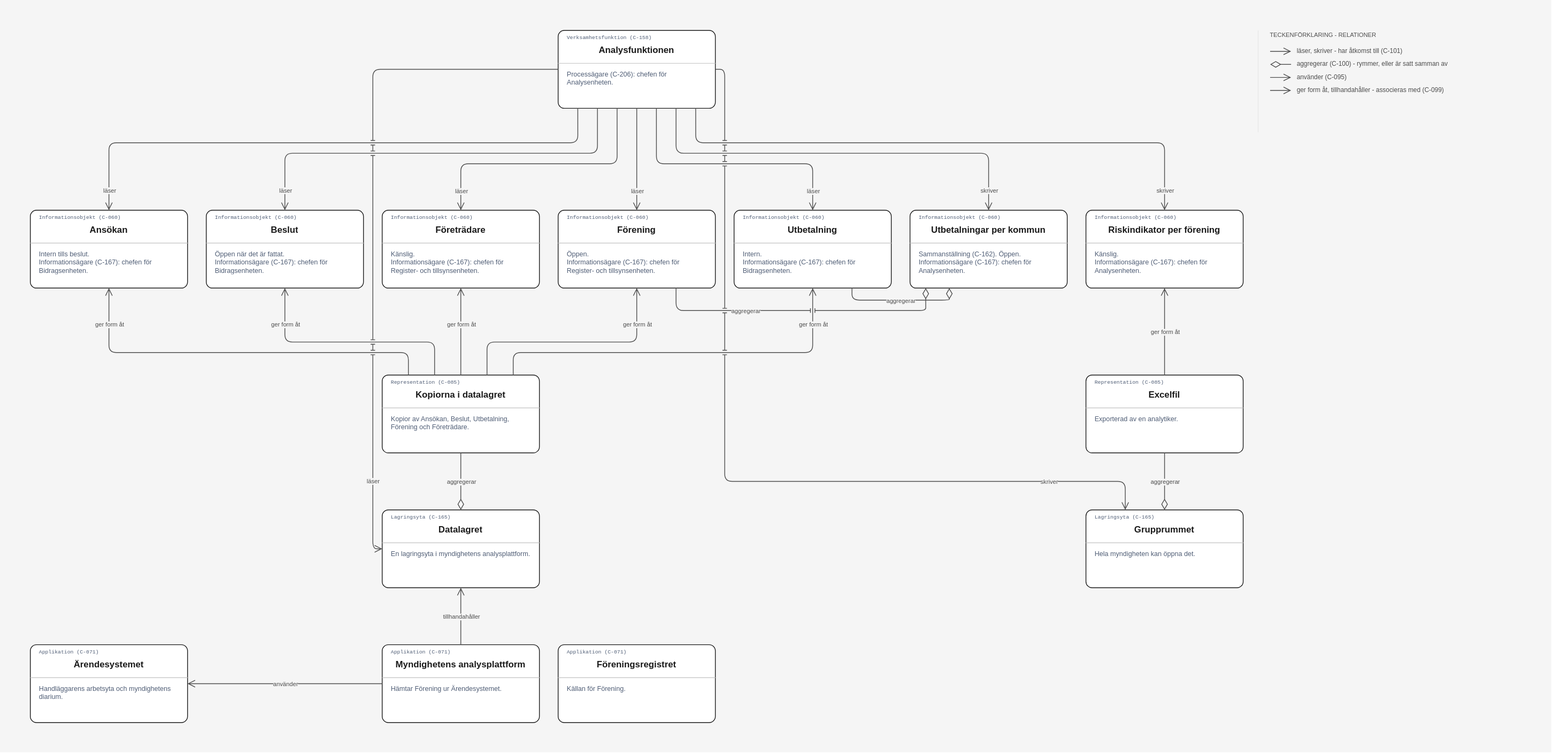
This is layout/Exempel/Analysfunktionen karta.drawio.svg from nickdin/gestaltadet-katalog, a draw.io export, as it was before one commit. Source tidied: cells renumbered, new cells last; positions are measured from the earlier drawing's top-left corner, leaving out a move shared by most shapes.
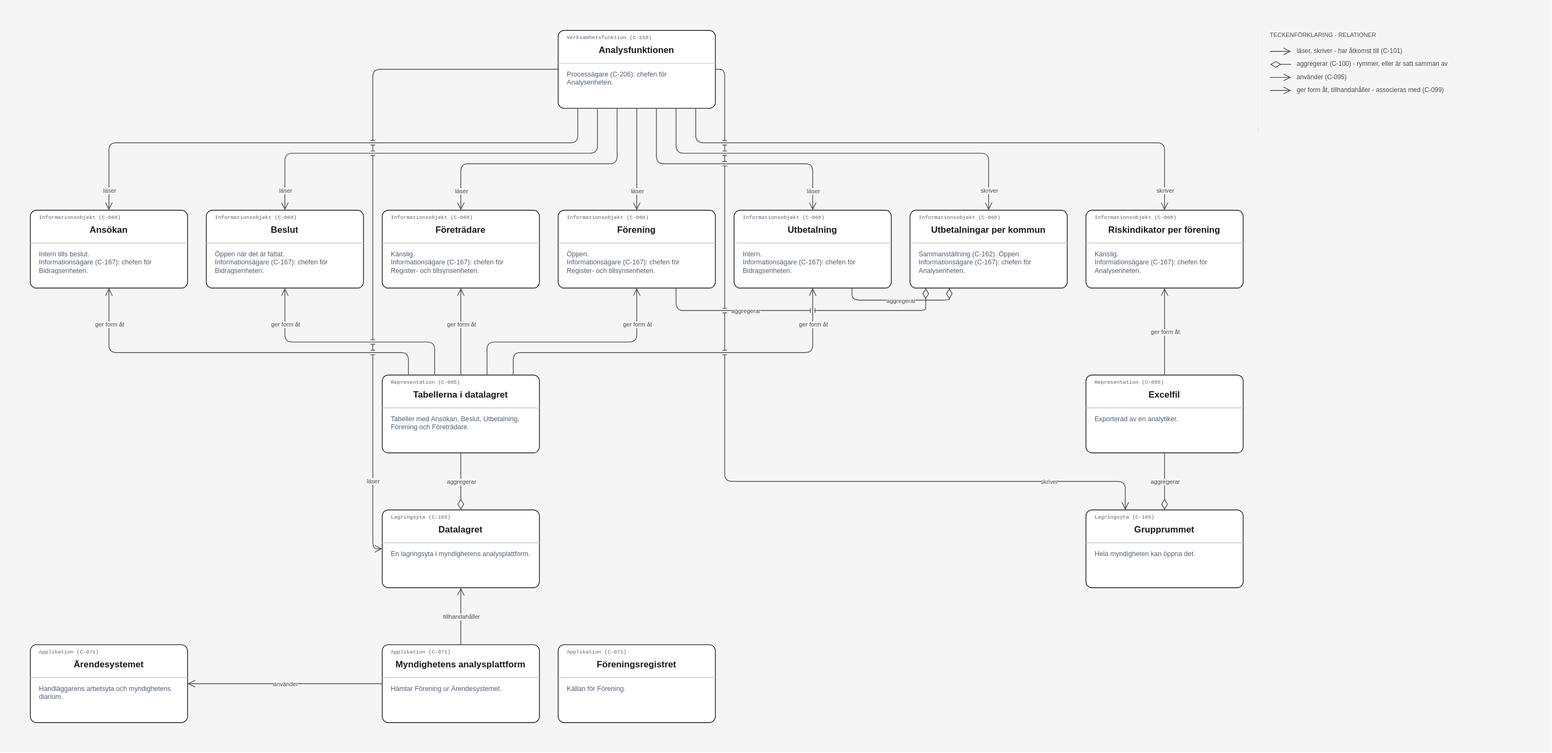
After the commit.

Change to the diagram source:
```diff
@@ -179,7 +179,7 @@
     <mxCell id="52" style="rounded=1;arcSize=8;whiteSpace=wrap;html=1;fillColor=#ffffff;strokeColor=#1a1a1a;strokeWidth=1;" parent="51" vertex="1">
       <mxGeometry width="210" height="104" as="geometry" />
     </mxCell>
-    <mxCell id="53" value="Kopiorna i datalagret" style="text;html=1;strokeColor=none;fillColor=none;align=center;verticalAlign=middle;whiteSpace=wrap;overflow=hidden;fontFamily=Helvetica;fontSize=12;fontColor=#1a1a1a;fontStyle=1;spacing=0;" parent="51" vertex="1">
+    <mxCell id="53" value="Tabellerna i datalagret" style="text;html=1;strokeColor=none;fillColor=none;align=center;verticalAlign=middle;whiteSpace=wrap;overflow=hidden;fontFamily=Helvetica;fontSize=12;fontColor=#1a1a1a;fontStyle=1;spacing=0;" parent="51" vertex="1">
       <mxGeometry x="12" y="18" width="186" height="18" as="geometry" />
     </mxCell>
     <mxCell id="54" style="endArrow=none;html=1;strokeColor=#cccccc;" parent="51" edge="1">
@@ -191,7 +191,7 @@
     <mxCell id="55" value="Representation (C-085)" style="text;html=1;strokeColor=none;fillColor=none;align=left;verticalAlign=middle;whiteSpace=wrap;overflow=hidden;fontFamily=Courier New;fontSize=7;fontColor=#4f5d75;fontStyle=0;spacing=0;" parent="51" vertex="1">
       <mxGeometry x="12" y="5" width="186" height="10" as="geometry" />
     </mxCell>
-    <mxCell id="56" value="Kopior av Ansökan, Beslut, Utbetalning, Förening och Företrädare." style="text;html=1;strokeColor=none;fillColor=none;align=left;verticalAlign=top;whiteSpace=wrap;overflow=hidden;fontFamily=Helvetica;fontSize=9;fontColor=#4f5d75;fontStyle=0;spacing=0;spacingTop=0;" parent="51" vertex="1">
+    <mxCell id="56" value="Tabeller med Ansökan, Beslut, Utbetalning, Förening och Företrädare." style="text;html=1;strokeColor=none;fillColor=none;align=left;verticalAlign=top;whiteSpace=wrap;overflow=hidden;fontFamily=Helvetica;fontSize=9;fontColor=#4f5d75;fontStyle=0;spacing=0;spacingTop=0;" parent="51" vertex="1">
       <mxGeometry x="12" y="49" width="186" height="51" as="geometry" />
     </mxCell>
     <mxCell id="57" style="group;" parent="1" vertex="1">
```
